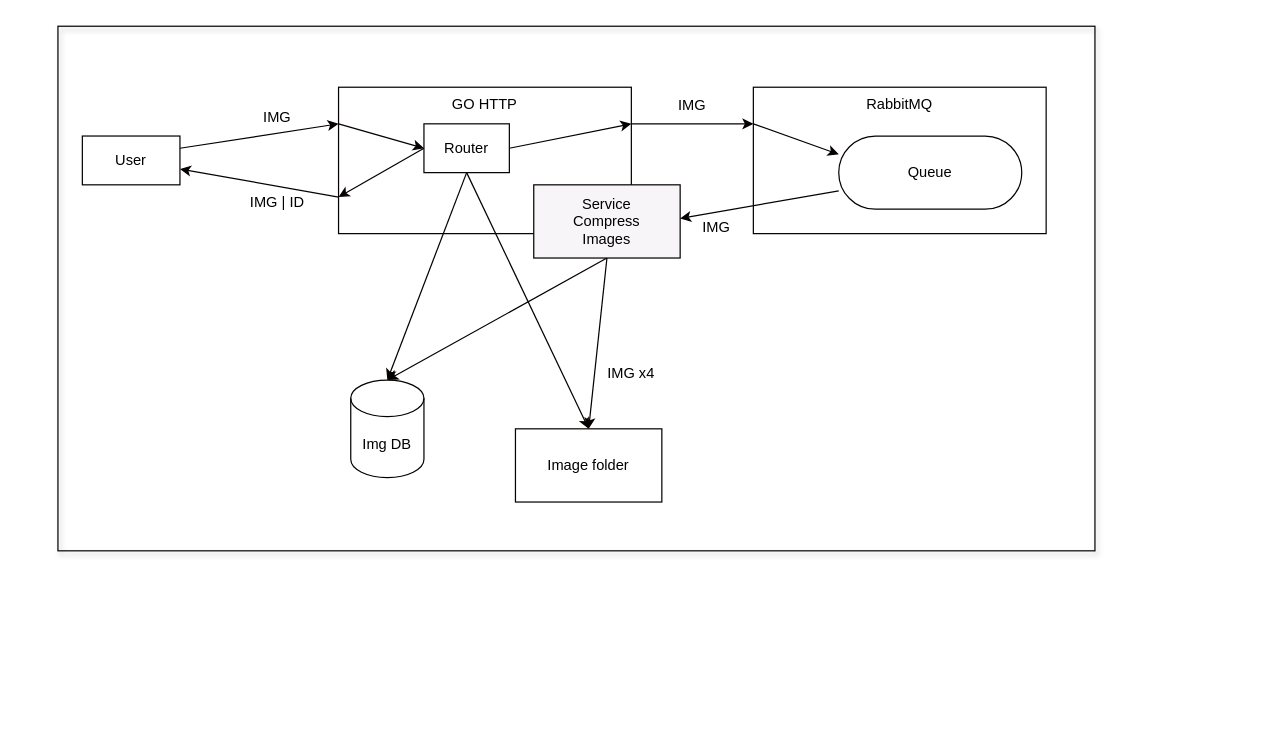
andrsj/go-rabbit-image keeps this draw.io diagram as app.drawio. Above is the earlier version. Source tidied: cells renumbered, new cells numbered last; positions are measured from the earlier drawing's top-left corner, leaving out a move shared by most shapes. Both pictures are drawn from the tidied source at 122%, with x=0, y=0 at pixel (57, 26).
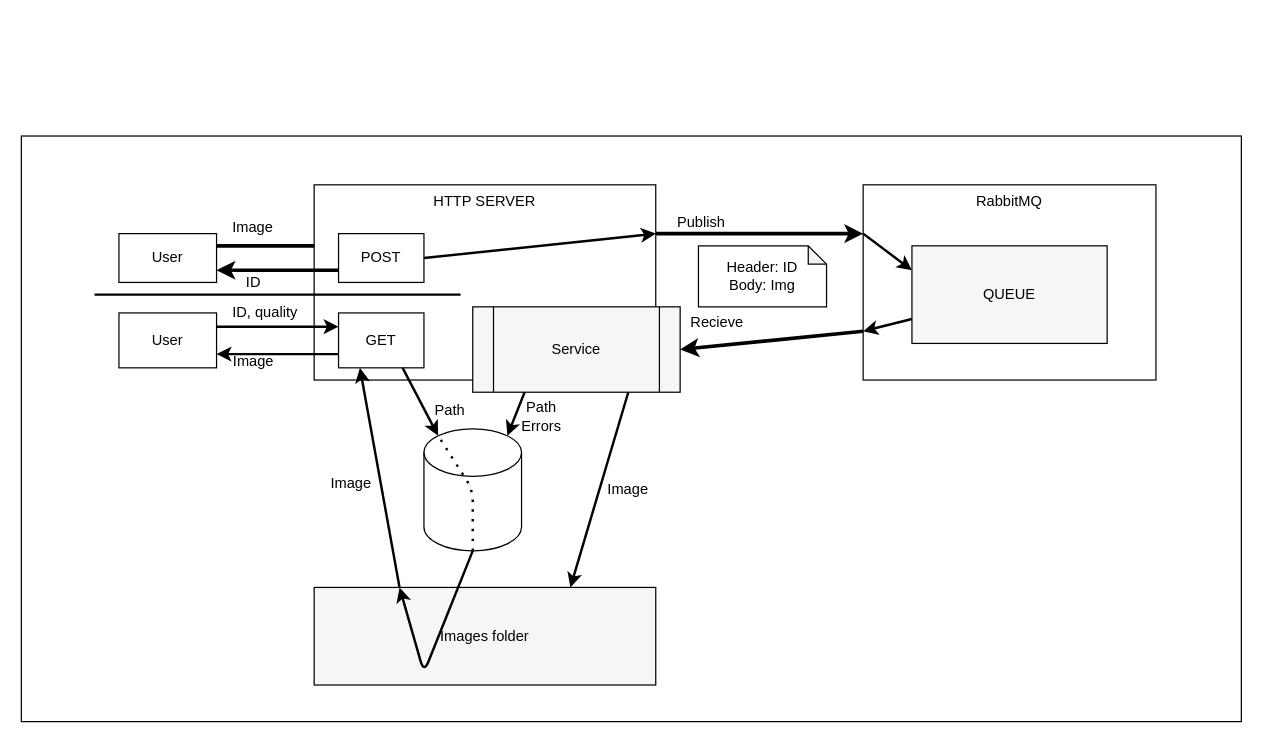
The same diagram, later.

What changed in the source:
```diff
@@
-<mxGraphModel background="#ffffff">
+<mxGraphModel background="#FFFFFF">
@@
-    <mxCell id="2" style="edgeStyle=none;html=1;exitX=1;exitY=0.25;exitDx=0;exitDy=0;entryX=0;entryY=0.25;entryDx=0;entryDy=0;strokeColor=#050001;fontColor=#000000;" parent="1" edge="1" source="3" target="7">
-      <mxGeometry relative="1" as="geometry" />
-    </mxCell>
+    <mxCell id="28" style="rounded=0;whiteSpace=wrap;html=1;strokeColor=#000000;fontColor=#000000;fillColor=none;" parent="1" vertex="1">
+      <mxGeometry x="-30" y="90" width="1000" height="480" as="geometry" />
+    </mxCell>
+    <mxCell id="12" value="RabbitMQ" style="rounded=0;whiteSpace=wrap;html=1;strokeColor=#000000;fontColor=#000000;fillColor=#FFFFFF;verticalAlign=top;" parent="1" vertex="1">
+      <mxGeometry x="660" y="130" width="240" height="160" as="geometry" />
+    </mxCell>
+    <mxCell id="29" style="html=1;exitX=1;exitY=0.5;exitDx=0;exitDy=0;entryX=0;entryY=0.25;entryDx=0;entryDy=0;fontColor=#000000;strokeColor=#000000;startArrow=none;startFill=0;strokeWidth=3;" parent="1" edge="1" target="46">
+      <mxGeometry relative="1" as="geometry">
+        <mxPoint x="130" y="180" as="sourcePoint" />
+      </mxGeometry>
+    </mxCell>
+    <mxCell id="27" value="&lt;font color=&quot;#000000&quot;&gt;User&lt;/font&gt;" style="rounded=0;whiteSpace=wrap;html=1;fillColor=#FFFFFF;strokeColor=#000000;" parent="1" vertex="1">
+      <mxGeometry x="50" y="170" width="80" height="40" as="geometry" />
+    </mxCell>
+    <mxCell id="30" style="edgeStyle=none;html=1;exitX=1;exitY=0.25;exitDx=0;exitDy=0;entryX=0;entryY=0.25;entryDx=0;entryDy=0;strokeColor=#000000;fontColor=#000000;startArrow=none;startFill=0;endArrow=classic;endFill=1;strokeWidth=3;" parent="1" edge="1" source="31" target="12">
+      <mxGeometry relative="1" as="geometry" />
+    </mxCell>
+    <mxCell id="31" value="HTTP SERVER&lt;br&gt;" style="rounded=0;whiteSpace=wrap;html=1;strokeColor=#000000;fontColor=#000000;fillColor=#FFFFFF;verticalAlign=top;align=center;" parent="1" vertex="1">
+      <mxGeometry x="210" y="130" width="280" height="160" as="geometry" />
+    </mxCell>
+    <mxCell id="32" style="html=1;exitX=1;exitY=0.5;exitDx=0;exitDy=0;entryX=0;entryY=0.75;entryDx=0;entryDy=0;fontColor=#000000;strokeColor=#000000;startArrow=classic;startFill=1;endArrow=none;endFill=0;strokeWidth=3;" parent="1" edge="1" target="46">
+      <mxGeometry relative="1" as="geometry">
+        <mxPoint x="130" y="200" as="sourcePoint" />
+      </mxGeometry>
+    </mxCell>
+    <mxCell id="33" value="Image&lt;br&gt;" style="text;html=1;strokeColor=none;fillColor=none;align=center;verticalAlign=middle;whiteSpace=wrap;rounded=0;fontColor=#000000;" parent="1" vertex="1">
+      <mxGeometry x="130" y="150" width="60" height="30" as="geometry" />
+    </mxCell>
+    <mxCell id="34" value="ID" style="text;html=1;align=center;verticalAlign=middle;strokeColor=none;fillColor=none;fontColor=#000000;" parent="1" vertex="1">
+      <mxGeometry x="140" y="195" width="40" height="30" as="geometry" />
+    </mxCell>
+    <mxCell id="35" style="edgeStyle=none;html=1;exitX=0.25;exitY=1;exitDx=0;exitDy=0;entryX=0.855;entryY=0;entryDx=0;entryDy=5.650858154296891;entryPerimeter=0;strokeColor=#000000;strokeWidth=2;fontColor=#000000;startArrow=none;startFill=0;endArrow=classic;endFill=1;" parent="1" edge="1" source="37" target="55">
+      <mxGeometry relative="1" as="geometry" />
+    </mxCell>
+    <mxCell id="36" style="edgeStyle=none;html=1;exitX=0.75;exitY=1;exitDx=0;exitDy=0;strokeColor=#000000;strokeWidth=2;fontColor=#000000;startArrow=none;startFill=0;endArrow=classic;endFill=1;entryX=0.75;entryY=0;entryDx=0;entryDy=0;" parent="1" edge="1" source="37" target="54">
+      <mxGeometry relative="1" as="geometry" />
+    </mxCell>
+    <mxCell id="37" value="Service&lt;br&gt;" style="shape=process;whiteSpace=wrap;html=1;backgroundOutline=1;strokeColor=#000000;fontColor=#000000;fillColor=#F7F5F7;" parent="1" vertex="1">
+      <mxGeometry x="340" y="230" width="170" height="70" as="geometry" />
+    </mxCell>
+    <mxCell id="38" style="edgeStyle=none;html=1;exitX=0;exitY=0.75;exitDx=0;exitDy=0;entryX=1;entryY=0.5;entryDx=0;entryDy=0;strokeColor=#000000;strokeWidth=3;fontColor=#000000;startArrow=none;startFill=0;endArrow=classic;endFill=1;" parent="1" edge="1" source="12" target="37">
+      <mxGeometry relative="1" as="geometry" />
+    </mxCell>
+    <mxCell id="39" style="edgeStyle=none;html=1;exitX=0;exitY=0.25;exitDx=0;exitDy=0;entryX=0;entryY=0.25;entryDx=0;entryDy=0;strokeColor=#000000;strokeWidth=2;fontColor=#000000;startArrow=none;startFill=0;endArrow=classic;endFill=1;" parent="1" edge="1" source="12" target="41">
+      <mxGeometry relative="1" as="geometry" />
+    </mxCell>
+    <mxCell id="40" style="edgeStyle=none;html=1;exitX=0;exitY=0.75;exitDx=0;exitDy=0;entryX=0;entryY=0.75;entryDx=0;entryDy=0;strokeColor=#000000;strokeWidth=2;fontColor=#000000;startArrow=none;startFill=0;endArrow=classic;endFill=1;" parent="1" edge="1" source="41" target="12">
+      <mxGeometry relative="1" as="geometry" />
+    </mxCell>
+    <mxCell id="41" value="QUEUE&lt;br&gt;" style="rounded=0;whiteSpace=wrap;html=1;strokeColor=#000000;fontColor=#000000;fillColor=#F7F5F7;" parent="1" vertex="1">
+      <mxGeometry x="700" y="180" width="160" height="80" as="geometry" />
+    </mxCell>
+    <mxCell id="42" style="edgeStyle=none;html=1;exitX=0;exitY=0.75;exitDx=0;exitDy=0;entryX=1;entryY=0.75;entryDx=0;entryDy=0;strokeColor=#000000;strokeWidth=2;fontColor=#000000;startArrow=none;startFill=0;endArrow=classic;endFill=1;" parent="1" edge="1" source="44" target="3">
+      <mxGeometry relative="1" as="geometry" />
+    </mxCell>
+    <mxCell id="43" style="edgeStyle=none;html=1;exitX=0.75;exitY=1;exitDx=0;exitDy=0;entryX=0.145;entryY=0;entryDx=0;entryDy=5.650858154296891;entryPerimeter=0;strokeColor=#000000;strokeWidth=2;fontColor=#000000;startArrow=none;startFill=0;endArrow=classic;endFill=1;" parent="1" edge="1" source="44" target="55">
+      <mxGeometry relative="1" as="geometry" />
+    </mxCell>
+    <mxCell id="44" value="GET" style="rounded=0;whiteSpace=wrap;html=1;strokeColor=#000000;fontColor=#000000;fillColor=none;" parent="1" vertex="1">
+      <mxGeometry x="230" y="235" width="70" height="45" as="geometry" />
+    </mxCell>
+    <mxCell id="45" style="edgeStyle=none;html=1;exitX=1;exitY=0.5;exitDx=0;exitDy=0;entryX=1;entryY=0.25;entryDx=0;entryDy=0;strokeColor=#000000;strokeWidth=2;fontColor=#000000;startArrow=none;startFill=0;endArrow=classic;endFill=1;" parent="1" edge="1" source="46" target="31">
+      <mxGeometry relative="1" as="geometry" />
+    </mxCell>
+    <mxCell id="46" value="POST" style="rounded=0;whiteSpace=wrap;html=1;strokeColor=#000000;fontColor=#000000;fillColor=none;" parent="1" vertex="1">
+      <mxGeometry x="230" y="170" width="70" height="40" as="geometry" />
+    </mxCell>
+    <mxCell id="47" style="edgeStyle=none;html=1;exitX=1;exitY=0.25;exitDx=0;exitDy=0;entryX=0;entryY=0.25;entryDx=0;entryDy=0;strokeColor=#000000;strokeWidth=2;fontColor=#000000;startArrow=none;startFill=0;endArrow=classic;endFill=1;" parent="1" edge="1" source="3" target="44">
+      <mxGeometry relative="1" as="geometry" />
+    </mxCell>
-    <mxCell id="3" value="User&lt;br&gt;" style="rounded=0;whiteSpace=wrap;html=1;strokeColor=#050001;fontColor=#000000;fillColor=none;" parent="1" vertex="1">
-      <mxGeometry x="20" y="90" width="80" height="40" as="geometry" />
+    <mxCell id="3" value="&lt;font color=&quot;#000000&quot;&gt;User&lt;/font&gt;" style="rounded=0;whiteSpace=wrap;html=1;fillColor=#FFFFFF;strokeColor=#000000;" parent="1" vertex="1">
+      <mxGeometry x="50" y="235" width="80" height="45" as="geometry" />
     </mxCell>
-    <mxCell id="4" style="edgeStyle=none;html=1;exitX=0;exitY=0.75;exitDx=0;exitDy=0;strokeColor=#050001;fontColor=#000000;" parent="1" edge="1" source="7" target="3">
-      <mxGeometry relative="1" as="geometry" />
-    </mxCell>
-    <mxCell id="5" style="edgeStyle=none;html=1;exitX=1;exitY=0.25;exitDx=0;exitDy=0;entryX=0;entryY=0.25;entryDx=0;entryDy=0;strokeColor=#050001;fontColor=#000000;" parent="1" edge="1" source="7" target="12">
-      <mxGeometry relative="1" as="geometry" />
-    </mxCell>
-    <mxCell id="6" style="edgeStyle=none;html=1;exitX=0;exitY=0.25;exitDx=0;exitDy=0;entryX=0;entryY=0.5;entryDx=0;entryDy=0;strokeColor=#050001;fontColor=#000000;" parent="1" edge="1" source="7" target="20">
-      <mxGeometry relative="1" as="geometry" />
-    </mxCell>
-    <mxCell id="7" value="GO HTTP&lt;br&gt;" style="rounded=0;whiteSpace=wrap;html=1;verticalAlign=top;fillColor=none;strokeColor=#050001;fontColor=#000000;" parent="1" vertex="1">
-      <mxGeometry x="230" y="50" width="240" height="120" as="geometry" />
-    </mxCell>
-    <mxCell id="8" style="edgeStyle=none;html=1;exitX=0.5;exitY=1;exitDx=0;exitDy=0;entryX=0.5;entryY=0;entryDx=0;entryDy=0;strokeColor=#050001;fontColor=#000000;" parent="1" edge="1" source="10" target="15">
-      <mxGeometry relative="1" as="geometry" />
-    </mxCell>
-    <mxCell id="9" style="edgeStyle=none;html=1;exitX=0.5;exitY=1;exitDx=0;exitDy=0;entryX=0.5;entryY=0;entryDx=0;entryDy=0;entryPerimeter=0;strokeColor=#050001;fontColor=#000000;" parent="1" edge="1" source="10" target="26">
-      <mxGeometry relative="1" as="geometry" />
-    </mxCell>
-    <mxCell id="10" value="Service&lt;br&gt;Compress&lt;br&gt;Images" style="rounded=0;whiteSpace=wrap;html=1;strokeColor=#050001;fontColor=#000000;fillColor=#F7F5F7;" parent="1" vertex="1">
-      <mxGeometry x="390" y="130" width="120" height="60" as="geometry" />
-    </mxCell>
-    <mxCell id="11" style="edgeStyle=none;html=1;exitX=0;exitY=0.25;exitDx=0;exitDy=0;entryX=0;entryY=0.25;entryDx=0;entryDy=0;strokeColor=#050001;fontColor=#000000;" parent="1" edge="1" source="12" target="14">
-      <mxGeometry relative="1" as="geometry" />
-    </mxCell>
-    <mxCell id="12" value="RabbitMQ&lt;br&gt;" style="rounded=0;whiteSpace=wrap;html=1;verticalAlign=top;fillColor=none;strokeColor=#050001;fontColor=#000000;" parent="1" vertex="1">
-      <mxGeometry x="570" y="50" width="240" height="120" as="geometry" />
-    </mxCell>
-    <mxCell id="13" style="edgeStyle=none;html=1;exitX=0;exitY=0.75;exitDx=0;exitDy=0;entryX=0;entryY=0.25;entryDx=0;entryDy=0;strokeColor=#050001;fontColor=#000000;" parent="1" edge="1" source="14" target="24">
-      <mxGeometry relative="1" as="geometry" />
-    </mxCell>
-    <mxCell id="14" value="Queue&lt;br&gt;" style="rounded=1;whiteSpace=wrap;html=1;arcSize=50;strokeColor=#050001;fontColor=#000000;fillColor=none;" parent="1" vertex="1">
-      <mxGeometry x="640" y="90" width="150" height="60" as="geometry" />
-    </mxCell>
-    <mxCell id="15" value="Image folder" style="rounded=0;whiteSpace=wrap;html=1;fillColor=none;strokeColor=#050001;fontColor=#000000;" parent="1" vertex="1">
-      <mxGeometry x="375" y="330" width="120" height="60" as="geometry" />
-    </mxCell>
-    <mxCell id="16" style="edgeStyle=none;html=1;exitX=1;exitY=0.5;exitDx=0;exitDy=0;entryX=1;entryY=0.25;entryDx=0;entryDy=0;strokeColor=#050001;fontColor=#000000;" parent="1" edge="1" source="20" target="7">
-      <mxGeometry relative="1" as="geometry" />
-    </mxCell>
-    <mxCell id="17" style="edgeStyle=none;html=1;exitX=0;exitY=0.5;exitDx=0;exitDy=0;entryX=0;entryY=0.75;entryDx=0;entryDy=0;strokeColor=#050001;fontColor=#000000;" parent="1" edge="1" source="20" target="7">
-      <mxGeometry relative="1" as="geometry" />
-    </mxCell>
-    <mxCell id="18" style="edgeStyle=none;html=1;exitX=0.5;exitY=1;exitDx=0;exitDy=0;entryX=0.5;entryY=0;entryDx=0;entryDy=0;entryPerimeter=0;strokeColor=#050001;fontColor=#000000;" parent="1" edge="1" source="20" target="26">
-      <mxGeometry relative="1" as="geometry" />
-    </mxCell>
-    <mxCell id="19" style="edgeStyle=none;html=1;exitX=0.5;exitY=1;exitDx=0;exitDy=0;entryX=0.5;entryY=0;entryDx=0;entryDy=0;strokeColor=#050001;fontColor=#000000;" parent="1" edge="1" source="20" target="15">
-      <mxGeometry relative="1" as="geometry" />
-    </mxCell>
-    <mxCell id="20" value="Router&lt;br&gt;" style="rounded=0;whiteSpace=wrap;html=1;fillColor=none;strokeColor=#050001;fontColor=#000000;" parent="1" vertex="1">
-      <mxGeometry x="300" y="80" width="70" height="40" as="geometry" />
-    </mxCell>
-    <mxCell id="21" value="IMG&lt;br&gt;" style="text;html=1;strokeColor=none;fillColor=none;align=center;verticalAlign=middle;whiteSpace=wrap;rounded=0;fontColor=#000000;" parent="1" vertex="1">
-      <mxGeometry x="150" y="60" width="60" height="30" as="geometry" />
-    </mxCell>
-    <mxCell id="22" value="IMG | ID" style="text;html=1;strokeColor=none;fillColor=none;align=center;verticalAlign=middle;whiteSpace=wrap;rounded=0;fontColor=#000000;" parent="1" vertex="1">
-      <mxGeometry x="150" y="130" width="60" height="30" as="geometry" />
-    </mxCell>
-    <mxCell id="23" value="IMG&lt;br&gt;" style="text;html=1;strokeColor=none;fillColor=none;align=center;verticalAlign=middle;whiteSpace=wrap;rounded=0;fontColor=#000000;" parent="1" vertex="1">
-      <mxGeometry x="490" y="50" width="60" height="30" as="geometry" />
-    </mxCell>
-    <mxCell id="24" value="IMG&lt;br&gt;" style="text;html=1;strokeColor=none;fillColor=none;align=center;verticalAlign=middle;whiteSpace=wrap;rounded=0;fontColor=#000000;" parent="1" vertex="1">
-      <mxGeometry x="510" y="150" width="60" height="30" as="geometry" />
-    </mxCell>
-    <mxCell id="25" value="IMG x4" style="text;html=1;strokeColor=none;fillColor=none;align=center;verticalAlign=middle;whiteSpace=wrap;rounded=0;fontColor=#000000;" parent="1" vertex="1">
-      <mxGeometry x="440" y="270" width="60" height="30" as="geometry" />
-    </mxCell>
-    <mxCell id="26" value="Img DB&lt;br&gt;" style="shape=cylinder3;whiteSpace=wrap;html=1;boundedLbl=1;backgroundOutline=1;size=15;fillColor=none;strokeColor=#050001;fontColor=#000000;" parent="1" vertex="1">
-      <mxGeometry x="240" y="290" width="60" height="80" as="geometry" />
-    </mxCell>
-    <mxCell id="27" style="rounded=0;whiteSpace=wrap;html=1;shadow=1;strokeColor=#050001;fontColor=#000000;fillColor=none;" parent="1" vertex="1">
-      <mxGeometry width="850" height="430" as="geometry" />
-    </mxCell>
+    <mxCell id="48" value="ID, quality" style="text;html=1;strokeColor=none;fillColor=none;align=center;verticalAlign=middle;whiteSpace=wrap;rounded=0;fontColor=#000000;" parent="1" vertex="1">
+      <mxGeometry x="140" y="220" width="60" height="30" as="geometry" />
+    </mxCell>
+    <mxCell id="49" value="Image&lt;br&gt;" style="text;html=1;align=center;verticalAlign=middle;strokeColor=none;fillColor=none;fontColor=#000000;" parent="1" vertex="1">
+      <mxGeometry x="130" y="260" width="60" height="30" as="geometry" />
+    </mxCell>
+    <mxCell id="50" style="endArrow=none;html=1;strokeColor=#000000;strokeWidth=2;fontColor=#000000;" parent="1" edge="1">
+      <mxGeometry relative="1" as="geometry">
+        <mxPoint x="330" y="220" as="sourcePoint" />
+        <mxPoint x="30" y="220" as="targetPoint" />
+      </mxGeometry>
+    </mxCell>
+    <mxCell id="51" value="Recieve" style="text;html=1;align=center;verticalAlign=middle;strokeColor=none;fillColor=none;fontColor=#000000;" parent="1" vertex="1">
+      <mxGeometry x="505" y="228" width="70" height="30" as="geometry" />
+    </mxCell>
+    <mxCell id="52" value="Publish" style="text;html=1;align=center;verticalAlign=middle;strokeColor=none;fillColor=none;fontColor=#000000;" parent="1" vertex="1">
+      <mxGeometry x="497" y="146" width="60" height="30" as="geometry" />
+    </mxCell>
+    <mxCell id="53" style="edgeStyle=none;html=1;exitX=0.25;exitY=0;exitDx=0;exitDy=0;entryX=0.25;entryY=1;entryDx=0;entryDy=0;strokeColor=#000000;strokeWidth=2;fontColor=#000000;startArrow=none;startFill=0;endArrow=classic;endFill=1;" parent="1" edge="1" source="54" target="44">
+      <mxGeometry relative="1" as="geometry" />
+    </mxCell>
+    <mxCell id="54" value="Images folder" style="rounded=0;whiteSpace=wrap;html=1;strokeColor=#000000;fontColor=#000000;fillColor=#F7F5F7;" parent="1" vertex="1">
+      <mxGeometry x="210" y="460" width="280" height="80" as="geometry" />
+    </mxCell>
+    <mxCell id="55" style="shape=cylinder3;whiteSpace=wrap;html=1;boundedLbl=1;backgroundOutline=1;size=19.485717773437557;strokeColor=#000000;fontColor=#000000;fillColor=#FFFFFF;" parent="1" vertex="1">
+      <mxGeometry x="300" y="330" width="80" height="100" as="geometry" />
+    </mxCell>
+    <mxCell id="56" value="Header: ID&lt;br&gt;Body: Img" style="shape=note;whiteSpace=wrap;html=1;backgroundOutline=1;darkOpacity=0.05;strokeColor=#000000;fontColor=#000000;fillColor=#FFFFFF;size=15;" parent="1" vertex="1">
+      <mxGeometry x="525" y="180" width="105" height="50" as="geometry" />
+    </mxCell>
+    <mxCell id="57" style="edgeStyle=none;html=1;exitX=0.5;exitY=1;exitDx=0;exitDy=0;exitPerimeter=0;entryX=0.25;entryY=0;entryDx=0;entryDy=0;strokeColor=#000000;strokeWidth=2;fontColor=#000000;startArrow=none;startFill=0;endArrow=classic;endFill=1;" parent="1" edge="1" source="55" target="54">
+      <mxGeometry relative="1" as="geometry">
+        <Array as="points">
+          <mxPoint x="300" y="530" />
+        </Array>
+      </mxGeometry>
+    </mxCell>
+    <mxCell id="58" value="Path" style="text;html=1;align=center;verticalAlign=middle;strokeColor=none;fillColor=none;fontColor=#000000;" parent="1" vertex="1">
+      <mxGeometry x="296" y="300" width="50" height="30" as="geometry" />
+    </mxCell>
+    <mxCell id="59" value="Path&lt;br&gt;Errors" style="text;html=1;align=center;verticalAlign=middle;strokeColor=none;fillColor=none;fontColor=#000000;" parent="1" vertex="1">
+      <mxGeometry x="366" y="300" width="60" height="40" as="geometry" />
+    </mxCell>
+    <mxCell id="60" value="Image" style="text;html=1;align=center;verticalAlign=middle;strokeColor=none;fillColor=none;fontColor=#000000;" parent="1" vertex="1">
+      <mxGeometry x="437" y="365" width="60" height="30" as="geometry" />
+    </mxCell>
+    <mxCell id="61" value="Image" style="text;html=1;align=center;verticalAlign=middle;strokeColor=none;fillColor=none;fontColor=#000000;" parent="1" vertex="1">
+      <mxGeometry x="210" y="360" width="60" height="30" as="geometry" />
+    </mxCell>
+    <mxCell id="62" style="endArrow=none;dashed=1;html=1;dashPattern=1 3;strokeWidth=2;strokeColor=#000000;fontColor=#000000;entryX=0.145;entryY=0;entryDx=0;entryDy=5.650858154296891;entryPerimeter=0;exitX=0.5;exitY=1;exitDx=0;exitDy=0;exitPerimeter=0;" parent="1" edge="1" source="55" target="55">
+      <mxGeometry relative="1" as="geometry">
+        <Array as="points">
+          <mxPoint x="340" y="380" />
+        </Array>
+      </mxGeometry>
+    </mxCell>
```
